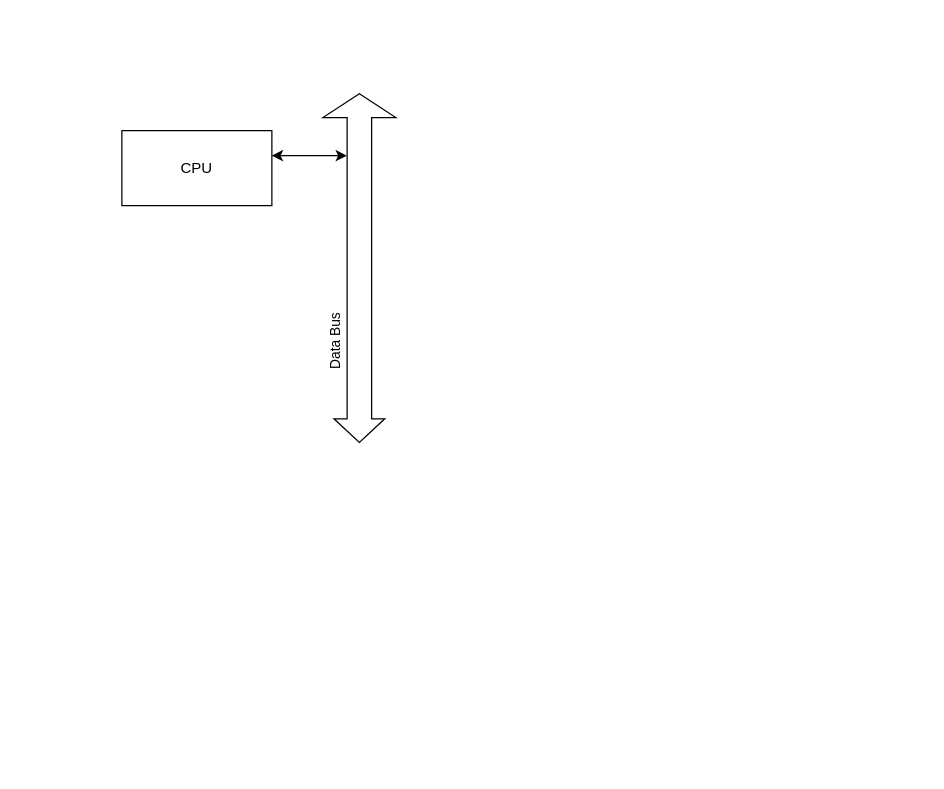
Before: img/Untitled Diagram.drawio in sperly/sperly.github.io, a draw.io diagram. Source tidied: cells renumbered, new cells numbered last; positions are measured from the earlier drawing's top-left corner, leaving out a move shared by most shapes. Both pictures are drawn from the tidied source at 125%, with x=0, y=0 at pixel (121, 92).
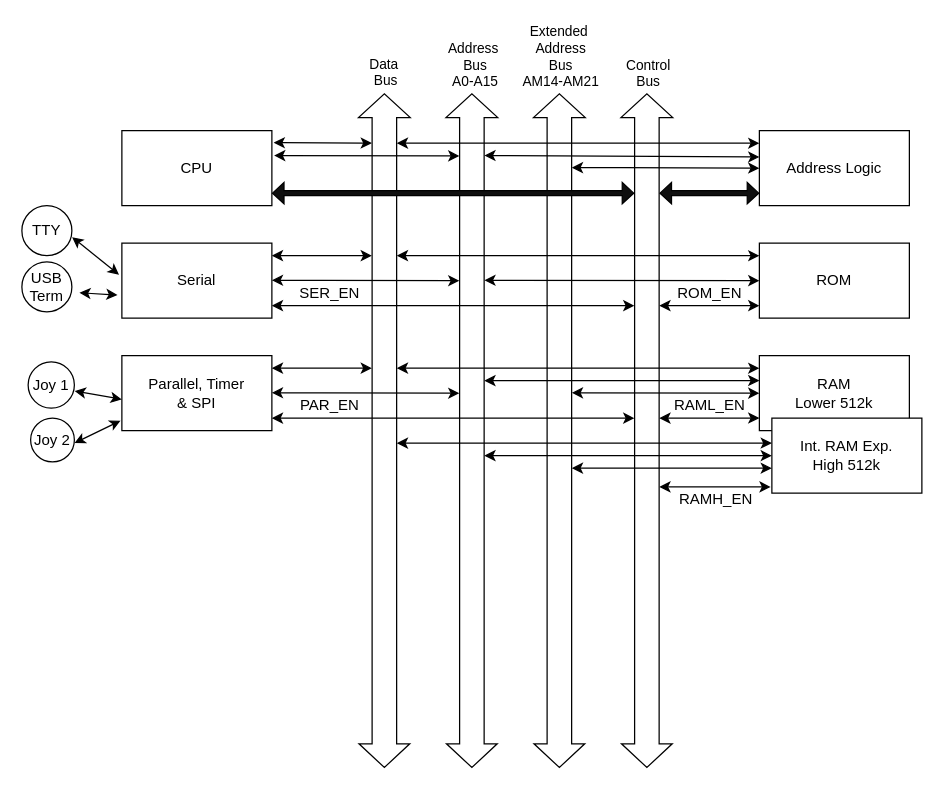
The same diagram, later.

The change refers to these unchanged cells:
```xml
<mxCell id="2" value="CPU" style="rounded=0;whiteSpace=wrap;html=1;" parent="1" vertex="1">
  <mxGeometry y="30" width="120" height="60" as="geometry" />
</mxCell>
```

The edit, as a diff of the source:
```diff
@@
-    <mxCell id="3" style="shape=flexArrow;endArrow=classic;startArrow=classic;html=1;rounded=0;endWidth=37.69230769230769;endSize=6;width=19.615384615384613;" parent="1" edge="1">
+    <mxCell id="3" style="shape=flexArrow;endArrow=classic;startArrow=classic;html=1;rounded=0;endWidth=20.794871794871796;endSize=6;width=19.615384615384613;" parent="1" edge="1">
       <mxGeometry relative="1" as="geometry">
-        <mxPoint x="190" y="280" as="sourcePoint" />
-        <mxPoint x="190" as="targetPoint" />
+        <mxPoint x="210" y="540" as="sourcePoint" />
+        <mxPoint x="210" as="targetPoint" />
       </mxGeometry>
     </mxCell>
-    <mxCell id="4" value="Data Bus" style="edgeLabel;html=1;align=center;verticalAlign=middle;rotation=-90;" parent="3" vertex="1">
+    <mxCell id="4" value="&lt;div&gt;&lt;br&gt;&lt;/div&gt;&lt;div&gt;&lt;br&gt;&lt;/div&gt;Data&amp;nbsp;&lt;div&gt;Bus&lt;/div&gt;" style="edgeLabel;html=1;align=center;verticalAlign=middle;rotation=0;" parent="3" vertex="1">
       <mxGeometry x="0.26" relative="1" as="geometry">
-        <mxPoint x="-20" y="96" as="offset" />
+        <mxPoint y="-231" as="offset" />
       </mxGeometry>
     </mxCell>
-    <mxCell id="5" style="endArrow=classic;startArrow=classic;html=1;rounded=0;" parent="1" edge="1">
+    <mxCell id="5" style="endArrow=classic;startArrow=classic;html=1;rounded=0;exitX=1.012;exitY=0.16;exitDx=0;exitDy=0;exitPerimeter=0;" parent="1" edge="1" source="2">
       <mxGeometry relative="1" as="geometry">
-        <mxPoint x="120" y="50" as="sourcePoint" />
-        <mxPoint x="180" y="50" as="targetPoint" />
+        <mxPoint x="200" y="40" as="targetPoint" />
       </mxGeometry>
     </mxCell>
+    <mxCell id="6" style="endArrow=classic;startArrow=classic;html=1;rounded=0;exitX=1.015;exitY=0.333;exitDx=0;exitDy=0;exitPerimeter=0;" parent="1" edge="1" source="2">
+      <mxGeometry relative="1" as="geometry">
+        <mxPoint x="270" y="50.2" as="targetPoint" />
+      </mxGeometry>
+    </mxCell>
+    <mxCell id="7" style="shape=flexArrow;endArrow=classic;startArrow=classic;html=1;rounded=0;endWidth=20.794871794871796;endSize=6;width=19.615384615384613;" parent="1" edge="1">
+      <mxGeometry relative="1" as="geometry">
+        <mxPoint x="280" y="540" as="sourcePoint" />
+        <mxPoint x="280" as="targetPoint" />
+      </mxGeometry>
+    </mxCell>
+    <mxCell id="8" value="&lt;div&gt;&lt;br&gt;&lt;/div&gt;Address&lt;div&gt;&amp;nbsp;Bus&lt;/div&gt;&lt;div&gt;&amp;nbsp;A0-A15&lt;/div&gt;" style="edgeLabel;html=1;align=center;verticalAlign=middle;rotation=0;" parent="7" vertex="1">
+      <mxGeometry relative="1" as="geometry">
+        <mxPoint y="-300" as="offset" />
+      </mxGeometry>
+    </mxCell>
+    <mxCell id="9" style="shape=flexArrow;endArrow=classic;startArrow=classic;html=1;rounded=0;endWidth=20.794871794871796;endSize=6;width=19.615384615384613;" parent="1" edge="1">
+      <mxGeometry relative="1" as="geometry">
+        <mxPoint x="350" y="540" as="sourcePoint" />
+        <mxPoint x="350" as="targetPoint" />
+      </mxGeometry>
+    </mxCell>
+    <mxCell id="10" value="Extended&amp;nbsp;&lt;div&gt;Address&lt;div&gt;&amp;nbsp;Bus&amp;nbsp;&lt;/div&gt;&lt;div&gt;AM14-AM21&lt;/div&gt;&lt;/div&gt;" style="edgeLabel;html=1;align=center;verticalAlign=middle;rotation=0;" parent="9" vertex="1">
+      <mxGeometry relative="1" as="geometry">
+        <mxPoint y="-300" as="offset" />
+      </mxGeometry>
+    </mxCell>
+    <mxCell id="11" value="Address Logic" style="rounded=0;whiteSpace=wrap;html=1;" parent="1" vertex="1">
+      <mxGeometry x="510" y="30" width="120" height="60" as="geometry" />
+    </mxCell>
+    <mxCell id="12" style="endArrow=classic;startArrow=classic;html=1;rounded=0;entryX=0;entryY=0.352;entryDx=0;entryDy=0;entryPerimeter=0;" parent="1" edge="1" target="11">
+      <mxGeometry relative="1" as="geometry">
+        <mxPoint x="290" y="49.9" as="sourcePoint" />
+      </mxGeometry>
+    </mxCell>
+    <mxCell id="13" style="endArrow=classic;startArrow=classic;html=1;rounded=0;strokeColor=default;align=center;verticalAlign=middle;fontFamily=Helvetica;fontSize=11;fontColor=default;labelBackgroundColor=default;entryX=0;entryY=0.167;entryDx=0;entryDy=0;entryPerimeter=0;" parent="1" edge="1" target="11">
+      <mxGeometry relative="1" as="geometry">
+        <mxPoint x="220" y="40" as="sourcePoint" />
+      </mxGeometry>
+    </mxCell>
+    <mxCell id="14" style="endArrow=classic;startArrow=classic;html=1;rounded=0;entryX=0;entryY=0.5;entryDx=0;entryDy=0;strokeColor=default;align=center;verticalAlign=middle;fontFamily=Helvetica;fontSize=11;fontColor=default;labelBackgroundColor=default;" parent="1" edge="1" target="11">
+      <mxGeometry relative="1" as="geometry">
+        <mxPoint x="360" y="59.6" as="sourcePoint" />
+        <Array as="points">
+          <mxPoint x="400" y="59.6" />
+        </Array>
+      </mxGeometry>
+    </mxCell>
+    <mxCell id="15" value="ROM" style="rounded=0;whiteSpace=wrap;html=1;" parent="1" vertex="1">
+      <mxGeometry x="510" y="120" width="120" height="60" as="geometry" />
+    </mxCell>
+    <mxCell id="16" value="RAM&lt;div&gt;Lower 512k&lt;/div&gt;" style="rounded=0;whiteSpace=wrap;html=1;strokeColor=default;align=center;verticalAlign=middle;fontFamily=Helvetica;fontSize=12;fontColor=default;fillColor=default;" parent="1" vertex="1">
+      <mxGeometry x="510" y="210" width="120" height="60" as="geometry" />
+    </mxCell>
+    <mxCell id="17" style="endArrow=classic;startArrow=classic;html=1;rounded=0;entryX=0;entryY=0.5;entryDx=0;entryDy=0;" parent="1" edge="1" target="15">
+      <mxGeometry relative="1" as="geometry">
+        <mxPoint x="290" y="149.7" as="sourcePoint" />
+      </mxGeometry>
+    </mxCell>
+    <mxCell id="18" style="endArrow=classic;startArrow=classic;html=1;rounded=0;entryX=0;entryY=0.167;entryDx=0;entryDy=0;entryPerimeter=0;" parent="1" edge="1" target="15">
+      <mxGeometry relative="1" as="geometry">
+        <mxPoint x="220" y="130" as="sourcePoint" />
+      </mxGeometry>
+    </mxCell>
+    <mxCell id="19" value="RAML_EN" style="text;html=1;align=center;verticalAlign=middle;strokeColor=none;fillColor=none;rotation=0;" parent="1" vertex="1">
+      <mxGeometry x="430" y="235" width="80" height="30" as="geometry" />
+    </mxCell>
+    <mxCell id="20" value="Int. RAM Exp.&lt;div&gt;High 512k&lt;/div&gt;" style="rounded=0;whiteSpace=wrap;html=1;strokeColor=default;align=center;verticalAlign=middle;fontFamily=Helvetica;fontSize=12;fontColor=default;fillColor=default;" parent="1" vertex="1">
+      <mxGeometry x="520" y="260" width="120" height="60" as="geometry" />
+    </mxCell>
+    <mxCell id="21" value="RAMH_EN" style="text;html=1;align=center;verticalAlign=middle;strokeColor=none;fillColor=none;rotation=0;" parent="1" vertex="1">
+      <mxGeometry x="435" y="310" width="80" height="30" as="geometry" />
+    </mxCell>
+    <mxCell id="22" style="endArrow=classic;startArrow=classic;html=1;rounded=0;entryX=0;entryY=0.167;entryDx=0;entryDy=0;entryPerimeter=0;strokeColor=default;align=center;verticalAlign=middle;fontFamily=Helvetica;fontSize=11;fontColor=default;labelBackgroundColor=default;" parent="1" edge="1" target="16">
+      <mxGeometry relative="1" as="geometry">
+        <mxPoint x="220" y="220" as="sourcePoint" />
+      </mxGeometry>
+    </mxCell>
+    <mxCell id="23" style="endArrow=classic;startArrow=classic;html=1;rounded=0;entryX=0;entryY=0.333;entryDx=0;entryDy=0;entryPerimeter=0;" parent="1" edge="1" target="16">
+      <mxGeometry relative="1" as="geometry">
+        <mxPoint x="290" y="230" as="sourcePoint" />
+      </mxGeometry>
+    </mxCell>
+    <mxCell id="24" style="endArrow=classic;startArrow=classic;html=1;rounded=0;entryX=0;entryY=0.5;entryDx=0;entryDy=0;" parent="1" edge="1" target="16">
+      <mxGeometry relative="1" as="geometry">
+        <mxPoint x="360" y="239.8" as="sourcePoint" />
+      </mxGeometry>
+    </mxCell>
+    <mxCell id="25" style="endArrow=classic;startArrow=classic;html=1;rounded=0;entryX=0;entryY=0.333;entryDx=0;entryDy=0;entryPerimeter=0;strokeColor=default;align=center;verticalAlign=middle;fontFamily=Helvetica;fontSize=11;fontColor=default;labelBackgroundColor=default;" parent="1" edge="1" target="20">
+      <mxGeometry relative="1" as="geometry">
+        <mxPoint x="220" y="280" as="sourcePoint" />
+      </mxGeometry>
+    </mxCell>
+    <mxCell id="26" style="endArrow=classic;startArrow=classic;html=1;rounded=0;entryX=0;entryY=0.5;entryDx=0;entryDy=0;" parent="1" edge="1" target="20">
+      <mxGeometry relative="1" as="geometry">
+        <mxPoint x="290" y="290" as="sourcePoint" />
+      </mxGeometry>
+    </mxCell>
+    <mxCell id="27" style="endArrow=classic;startArrow=classic;html=1;rounded=0;entryX=0;entryY=0.667;entryDx=0;entryDy=0;entryPerimeter=0;" parent="1" edge="1" target="20">
+      <mxGeometry relative="1" as="geometry">
+        <mxPoint x="360" y="300" as="sourcePoint" />
+      </mxGeometry>
+    </mxCell>
+    <mxCell id="28" style="shape=flexArrow;endArrow=classic;startArrow=classic;html=1;rounded=0;endWidth=20.794871794871796;endSize=6;width=19.615384615384613;" parent="1" edge="1">
+      <mxGeometry relative="1" as="geometry">
+        <mxPoint x="420" y="540" as="sourcePoint" />
+        <mxPoint x="420" as="targetPoint" />
+      </mxGeometry>
+    </mxCell>
+    <mxCell id="29" value="&lt;div&gt;&lt;br&gt;&lt;/div&gt;&lt;div&gt;&lt;br&gt;&lt;/div&gt;Control&lt;div&gt;Bus&lt;/div&gt;" style="edgeLabel;html=1;align=center;verticalAlign=middle;rotation=0;" parent="28" vertex="1">
+      <mxGeometry relative="1" as="geometry">
+        <mxPoint y="-300" as="offset" />
+      </mxGeometry>
+    </mxCell>
+    <mxCell id="30" style="endArrow=classic;startArrow=classic;html=1;rounded=0;entryX=0;entryY=0.833;entryDx=0;entryDy=0;entryPerimeter=0;" parent="1" edge="1" target="16">
+      <mxGeometry relative="1" as="geometry">
+        <mxPoint x="430" y="260" as="sourcePoint" />
+      </mxGeometry>
+    </mxCell>
+    <mxCell id="31" style="endArrow=classic;startArrow=classic;html=1;rounded=0;" parent="1" edge="1">
+      <mxGeometry relative="1" as="geometry">
+        <mxPoint x="430" y="315" as="sourcePoint" />
+        <mxPoint x="519" y="315" as="targetPoint" />
+      </mxGeometry>
+    </mxCell>
+    <mxCell id="32" style="endArrow=classic;startArrow=classic;html=1;rounded=0;entryX=0;entryY=0.833;entryDx=0;entryDy=0;entryPerimeter=0;" parent="1" edge="1">
+      <mxGeometry relative="1" as="geometry">
+        <mxPoint x="430" y="170" as="sourcePoint" />
+        <mxPoint x="510" y="170" as="targetPoint" />
+      </mxGeometry>
+    </mxCell>
+    <mxCell id="33" value="ROM_EN" style="text;html=1;align=center;verticalAlign=middle;strokeColor=none;fillColor=none;rotation=0;" parent="1" vertex="1">
+      <mxGeometry x="435" y="145" width="70" height="30" as="geometry" />
+    </mxCell>
+    <mxCell id="34" style="shape=flexArrow;endArrow=classic;startArrow=classic;html=1;rounded=0;width=4;startSize=2.736842105263158;startWidth=12;endWidth=12;endSize=2.736842105263158;fillColor=#0F0F0F;" parent="1" edge="1">
+      <mxGeometry relative="1" as="geometry">
+        <mxPoint x="430" y="80" as="sourcePoint" />
+        <mxPoint x="510" y="80" as="targetPoint" />
+      </mxGeometry>
+    </mxCell>
+    <mxCell id="35" value="Serial" style="rounded=0;whiteSpace=wrap;html=1;" parent="1" vertex="1">
+      <mxGeometry y="120" width="120" height="60" as="geometry" />
+    </mxCell>
+    <mxCell id="36" style="endArrow=classic;startArrow=classic;html=1;rounded=0;entryX=0;entryY=0.833;entryDx=0;entryDy=0;entryPerimeter=0;" parent="1" edge="1">
+      <mxGeometry relative="1" as="geometry">
+        <mxPoint x="120" y="130" as="sourcePoint" />
+        <mxPoint x="200" y="130" as="targetPoint" />
+      </mxGeometry>
+    </mxCell>
+    <mxCell id="37" style="shape=flexArrow;endArrow=classic;startArrow=classic;html=1;rounded=0;width=4;startSize=2.736842105263158;startWidth=12;endWidth=12;endSize=2.736842105263158;fillColor=#0F0F0F;" parent="1" edge="1">
+      <mxGeometry relative="1" as="geometry">
+        <mxPoint x="120" y="80" as="sourcePoint" />
+        <mxPoint x="410" y="80" as="targetPoint" />
+      </mxGeometry>
+    </mxCell>
+    <mxCell id="38" style="endArrow=classic;startArrow=classic;html=1;rounded=0;entryX=0;entryY=0.5;entryDx=0;entryDy=0;strokeColor=default;align=center;verticalAlign=middle;fontFamily=Helvetica;fontSize=11;fontColor=default;labelBackgroundColor=default;" parent="1" edge="1">
+      <mxGeometry relative="1" as="geometry">
+        <mxPoint x="120" y="149.7" as="sourcePoint" />
+        <mxPoint x="270" y="150.1" as="targetPoint" />
+        <Array as="points">
+          <mxPoint x="160" y="149.7" />
+        </Array>
+      </mxGeometry>
+    </mxCell>
+    <mxCell id="39" style="endArrow=classic;startArrow=classic;html=1;rounded=0;entryX=0;entryY=0.167;entryDx=0;entryDy=0;entryPerimeter=0;strokeColor=default;align=center;verticalAlign=middle;fontFamily=Helvetica;fontSize=11;fontColor=default;labelBackgroundColor=default;" parent="1" edge="1">
+      <mxGeometry relative="1" as="geometry">
+        <mxPoint x="120" y="170" as="sourcePoint" />
+        <mxPoint x="410" y="170" as="targetPoint" />
+      </mxGeometry>
+    </mxCell>
+    <mxCell id="40" value="SER&lt;span style=&quot;background-color: initial;&quot;&gt;_EN&lt;/span&gt;" style="text;html=1;align=center;verticalAlign=middle;strokeColor=none;fillColor=none;rotation=0;" parent="1" vertex="1">
+      <mxGeometry x="131" y="145" width="70" height="30" as="geometry" />
+    </mxCell>
+    <mxCell id="41" value="TTY" style="ellipse;whiteSpace=wrap;html=1;" parent="1" vertex="1">
+      <mxGeometry x="-80" y="90" width="40" height="40" as="geometry" />
+    </mxCell>
+    <mxCell id="42" value="USB&lt;div&gt;Term&lt;/div&gt;" style="ellipse;whiteSpace=wrap;html=1;" parent="1" vertex="1">
+      <mxGeometry x="-80" y="135" width="40" height="40" as="geometry" />
+    </mxCell>
+    <mxCell id="43" style="endArrow=classic;startArrow=classic;html=1;rounded=0;entryX=-0.029;entryY=0.692;entryDx=0;entryDy=0;entryPerimeter=0;exitX=1.151;exitY=0.618;exitDx=0;exitDy=0;exitPerimeter=0;" parent="1" edge="1" source="42" target="35">
+      <mxGeometry relative="1" as="geometry" />
+    </mxCell>
+    <mxCell id="44" style="endArrow=classic;startArrow=classic;html=1;rounded=0;entryX=-0.019;entryY=0.421;entryDx=0;entryDy=0;entryPerimeter=0;exitX=1.005;exitY=0.63;exitDx=0;exitDy=0;exitPerimeter=0;" parent="1" edge="1" source="41" target="35">
+      <mxGeometry relative="1" as="geometry" />
+    </mxCell>
+    <mxCell id="45" value="Parallel, Timer&lt;div&gt;&amp;amp; SPI&lt;/div&gt;" style="rounded=0;whiteSpace=wrap;html=1;" parent="1" vertex="1">
+      <mxGeometry y="210" width="120" height="60" as="geometry" />
+    </mxCell>
+    <mxCell id="46" style="endArrow=classic;startArrow=classic;html=1;rounded=0;entryX=0;entryY=0.833;entryDx=0;entryDy=0;entryPerimeter=0;" parent="1" edge="1">
+      <mxGeometry relative="1" as="geometry">
+        <mxPoint x="120" y="220" as="sourcePoint" />
+        <mxPoint x="200" y="220" as="targetPoint" />
+      </mxGeometry>
+    </mxCell>
+    <mxCell id="47" style="endArrow=classic;startArrow=classic;html=1;rounded=0;entryX=0;entryY=0.5;entryDx=0;entryDy=0;strokeColor=default;align=center;verticalAlign=middle;fontFamily=Helvetica;fontSize=11;fontColor=default;labelBackgroundColor=default;" parent="1" edge="1">
+      <mxGeometry relative="1" as="geometry">
+        <mxPoint x="120" y="239.7" as="sourcePoint" />
+        <mxPoint x="270" y="240.1" as="targetPoint" />
+        <Array as="points">
+          <mxPoint x="160" y="239.7" />
+        </Array>
+      </mxGeometry>
+    </mxCell>
+    <mxCell id="48" style="endArrow=classic;startArrow=classic;html=1;rounded=0;entryX=0;entryY=0.167;entryDx=0;entryDy=0;entryPerimeter=0;strokeColor=default;align=center;verticalAlign=middle;fontFamily=Helvetica;fontSize=11;fontColor=default;labelBackgroundColor=default;" parent="1" edge="1">
+      <mxGeometry relative="1" as="geometry">
+        <mxPoint x="120" y="260" as="sourcePoint" />
+        <mxPoint x="410" y="260" as="targetPoint" />
+      </mxGeometry>
+    </mxCell>
+    <mxCell id="49" value="&lt;span style=&quot;background-color: initial;&quot;&gt;PAR_EN&lt;/span&gt;" style="text;html=1;align=center;verticalAlign=middle;strokeColor=none;fillColor=none;rotation=0;" parent="1" vertex="1">
+      <mxGeometry x="131" y="235" width="70" height="30" as="geometry" />
+    </mxCell>
+    <mxCell id="50" value="Joy 1" style="ellipse;whiteSpace=wrap;html=1;" parent="1" vertex="1">
+      <mxGeometry x="-75" y="215" width="37" height="37" as="geometry" />
+    </mxCell>
+    <mxCell id="51" value="Joy 2" style="ellipse;whiteSpace=wrap;html=1;" parent="1" vertex="1">
+      <mxGeometry x="-73" y="260" width="35" height="35" as="geometry" />
+    </mxCell>
+    <mxCell id="52" style="endArrow=classic;startArrow=classic;html=1;rounded=0;entryX=-0.029;entryY=0.692;entryDx=0;entryDy=0;entryPerimeter=0;" parent="1" edge="1">
+      <mxGeometry relative="1" as="geometry">
+        <mxPoint x="-38" y="280" as="sourcePoint" />
+        <mxPoint x="-1" y="262" as="targetPoint" />
+      </mxGeometry>
+    </mxCell>
+    <mxCell id="53" style="endArrow=classic;startArrow=classic;html=1;rounded=0;entryX=-0.019;entryY=0.421;entryDx=0;entryDy=0;entryPerimeter=0;exitX=1.005;exitY=0.63;exitDx=0;exitDy=0;exitPerimeter=0;" parent="1" edge="1" source="50">
+      <mxGeometry relative="1" as="geometry">
+        <mxPoint y="245" as="targetPoint" />
+      </mxGeometry>
+    </mxCell>
```
